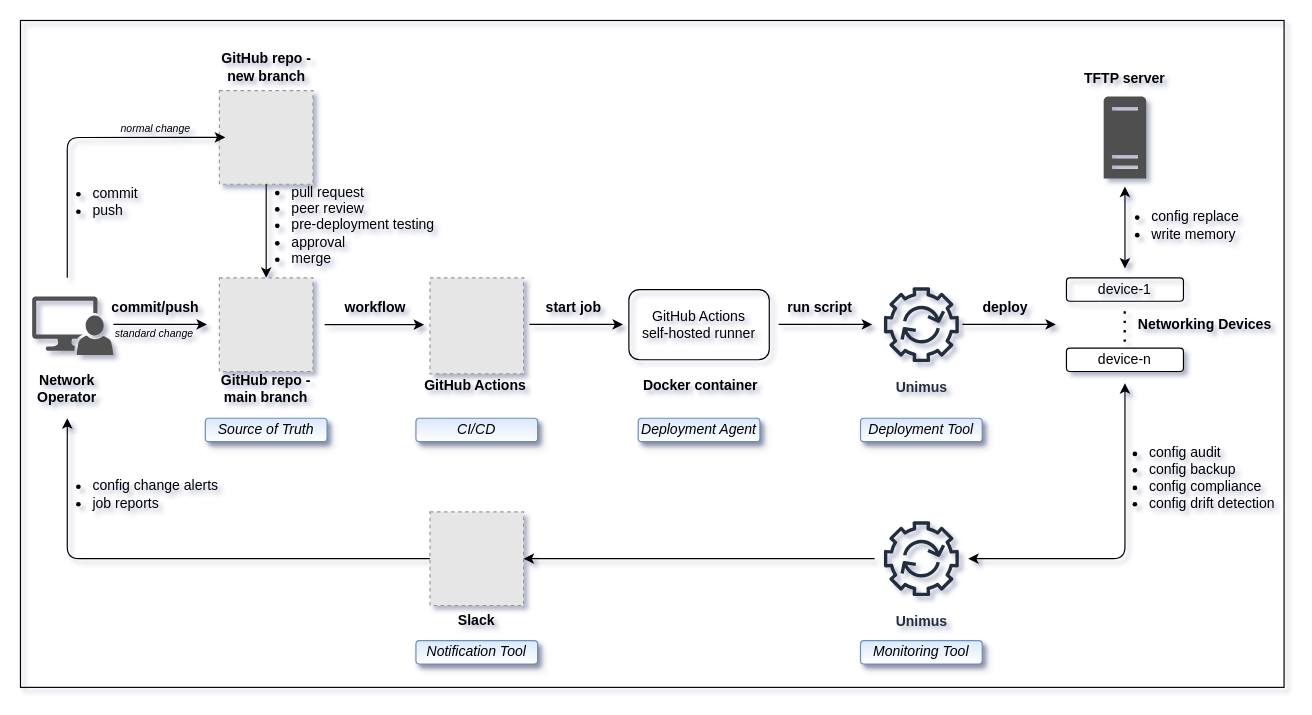
gdmoney/network-automation-github-actions keeps this draw.io diagram as diagram-network-automation-github-actions.drawio. Above is the earlier version. Source tidied: cells renumbered, new cells numbered last; positions are measured from the earlier drawing's top-left corner, leaving out a move shared by most shapes. Both pictures are drawn from the tidied source at 117%, with x=0, y=0 at pixel (20, 20). Pictures stored in the file or linked from it are replaced by grey dashed boxes.
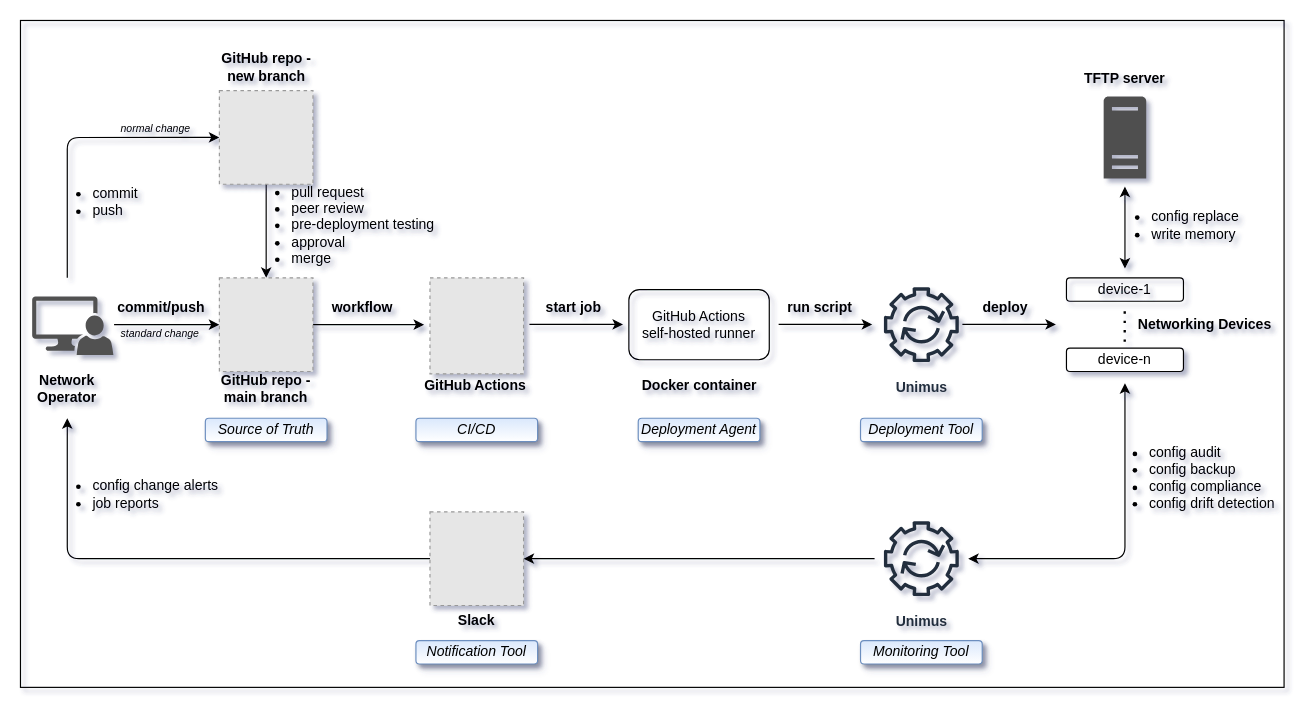
The same page after the edit.

The edit, as a diff of the source:
```diff
@@
+    <mxCell id="51" style="whiteSpace=wrap;html=1;fillColor=none;" parent="1" vertex="1">
+      <mxGeometry width="1080" height="570" as="geometry" />
+    </mxCell>
     <mxCell id="2" value="&lt;b&gt;commit/push&lt;/b&gt;" style="text;html=1;strokeColor=none;fillColor=none;align=center;verticalAlign=middle;whiteSpace=wrap;rounded=0;" parent="1" vertex="1">
-      <mxGeometry x="70" y="236" width="90.6" height="20" as="geometry" />
+      <mxGeometry x="75" y="236" width="90.6" height="20" as="geometry" />
     </mxCell>
     <mxCell id="3" value="&lt;b&gt;workflow&lt;/b&gt;" style="text;html=1;strokeColor=none;fillColor=none;align=center;verticalAlign=middle;whiteSpace=wrap;rounded=0;" parent="1" vertex="1">
-      <mxGeometry x="274" y="236" width="59" height="20" as="geometry" />
+      <mxGeometry x="263" y="236" width="59" height="20" as="geometry" />
     </mxCell>
@@
     <mxCell id="12" value="&lt;b&gt;Docker container&lt;br&gt;&lt;/b&gt;" style="text;html=1;strokeColor=none;fillColor=none;align=center;verticalAlign=middle;whiteSpace=wrap;rounded=0;" parent="1" vertex="1">
-      <mxGeometry x="528.5" y="302" width="105" height="20" as="geometry" />
+      <mxGeometry x="528" y="302" width="105" height="20" as="geometry" />
     </mxCell>
@@
-    <mxCell id="14" style="edgeStyle=orthogonalEdgeStyle;rounded=0;orthogonalLoop=1;jettySize=auto;html=1;" parent="1" edge="1">
+    <mxCell id="14" style="edgeStyle=orthogonalEdgeStyle;rounded=0;jettySize=auto;html=1;exitX=1;exitY=0.5;exitDx=0;exitDy=0;" parent="1" edge="1" source="15">
       <mxGeometry relative="1" as="geometry">
-        <mxPoint x="260" y="260" as="sourcePoint" />
         <mxPoint x="345" y="260" as="targetPoint" />
       </mxGeometry>
     </mxCell>
-    <mxCell id="15" style="fillColor=#E6E6E6;strokeColor=#999999;dashed=1;html=1;verticalAlign=top;verticalLabelPosition=bottom;labelBackgroundColor=#ffffff;" parent="1" vertex="1">
-      <mxGeometry x="170" y="220" width="80" height="80" as="geometry" />
-    </mxCell>
@@
-    <mxCell id="18" style="fillColor=#E6E6E6;strokeColor=#999999;dashed=1;html=1;verticalAlign=top;verticalLabelPosition=bottom;labelBackgroundColor=#ffffff;" parent="1" vertex="1">
-      <mxGeometry x="170" y="60" width="80" height="80" as="geometry" />
-    </mxCell>
@@
     <mxCell id="25" value="standard change" style="text;whiteSpace=wrap;fontStyle=2;fontSize=9;html=1;" parent="1" vertex="1">
-      <mxGeometry x="79.2" y="256" width="79" height="20" as="geometry" />
+      <mxGeometry x="84.2" y="256" width="79" height="20" as="geometry" />
     </mxCell>
@@
     <mxCell id="27" style="endArrow=classic;html=1;" parent="1" edge="1">
       <mxGeometry relative="1" as="geometry">
         <mxPoint x="40" y="220" as="sourcePoint" />
-        <mxPoint x="175" y="99.9" as="targetPoint" />
+        <mxPoint x="170" y="100" as="targetPoint" />
         <Array as="points">
           <mxPoint x="40" y="100" />
           <mxPoint x="145" y="99.9" />
         </Array>
       </mxGeometry>
     </mxCell>
@@
-    <mxCell id="38" style="edgeStyle=orthogonalEdgeStyle;rounded=0;orthogonalLoop=1;jettySize=auto;html=1;" parent="1" edge="1">
-      <mxGeometry relative="1" as="geometry">
-        <mxPoint x="79.4" y="259.8" as="sourcePoint" />
-        <mxPoint x="159.4" y="259.8" as="targetPoint" />
-      </mxGeometry>
-    </mxCell>
@@
-    <mxCell id="50" style="edgeStyle=orthogonalEdgeStyle;rounded=0;jettySize=auto;html=1;exitX=0.5;exitY=1;exitDx=0;exitDy=0;entryX=0.5;entryY=0;entryDx=0;entryDy=0;" parent="1" edge="1" source="18" target="15">
-      <mxGeometry relative="1" as="geometry" />
+    <mxCell id="50" style="edgeStyle=orthogonalEdgeStyle;rounded=0;orthogonalLoop=1;jettySize=auto;html=1;exitX=0.5;exitY=1;exitDx=0;exitDy=0;entryX=0.5;entryY=0;entryDx=0;entryDy=0;" parent="1" edge="1">
+      <mxGeometry relative="1" as="geometry">
+        <mxPoint x="210" y="140" as="sourcePoint" />
+        <mxPoint x="210" y="220" as="targetPoint" />
+      </mxGeometry>
     </mxCell>
-    <mxCell id="51" style="whiteSpace=wrap;html=1;fillColor=none;" parent="1" vertex="1">
-      <mxGeometry width="1080" height="570" as="geometry" />
-    </mxCell>
+    <mxCell id="18" style="fillColor=#E6E6E6;strokeColor=#999999;dashed=1;html=1;verticalAlign=top;verticalLabelPosition=bottom;labelBackgroundColor=#ffffff;" parent="1" vertex="1">
+      <mxGeometry x="170" y="60" width="80" height="80" as="geometry" />
+    </mxCell>
+    <mxCell id="15" style="fillColor=#E6E6E6;strokeColor=#999999;dashed=1;html=1;verticalAlign=top;verticalLabelPosition=bottom;labelBackgroundColor=#ffffff;" parent="1" vertex="1">
+      <mxGeometry x="170" y="220" width="80" height="80" as="geometry" />
+    </mxCell>
+    <mxCell id="52" style="edgeStyle=orthogonalEdgeStyle;rounded=0;orthogonalLoop=1;jettySize=auto;html=1;" parent="1" edge="1">
+      <mxGeometry relative="1" as="geometry">
+        <mxPoint x="80" y="260" as="sourcePoint" />
+        <mxPoint x="170" y="260" as="targetPoint" />
+      </mxGeometry>
+    </mxCell>
```
